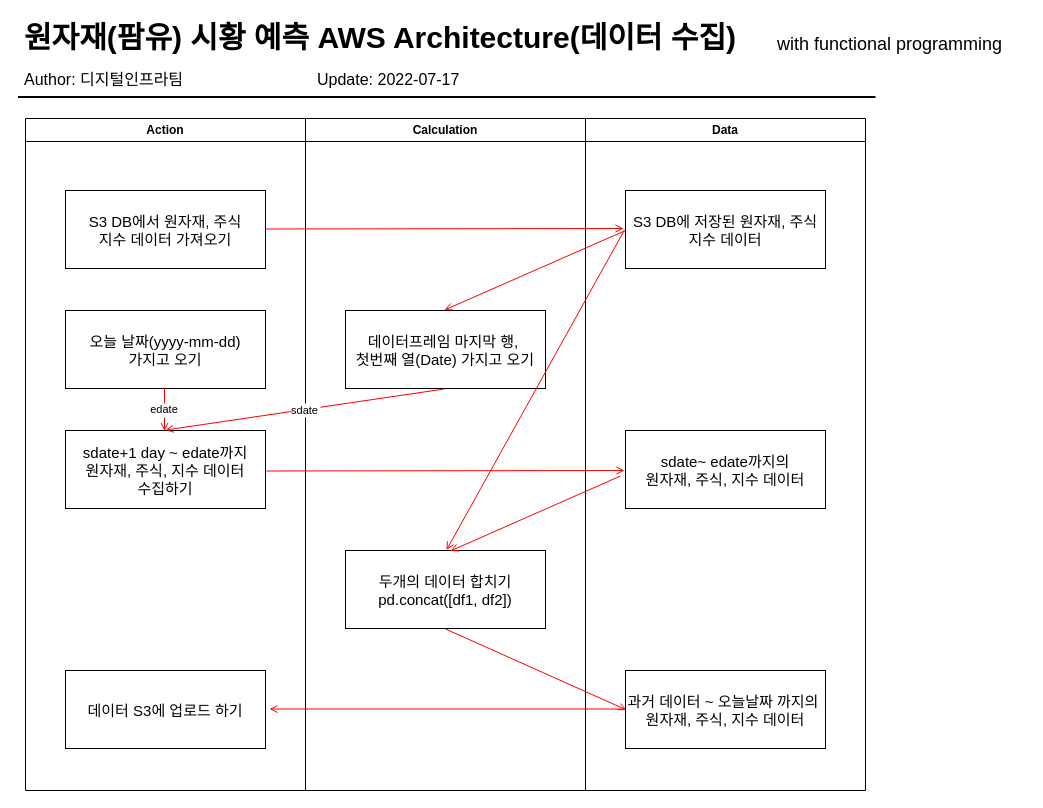
This is Data Extraction.drawio from gwangjinjeong/System-Diagram, a draw.io file, before an edit. Source tidied: cells renumbered, new cells numbered last; positions are measured from the earlier drawing's top-left corner, leaving out a move shared by most shapes. Both pictures are drawn from the tidied source at 100%, with x=0, y=0 at pixel (17, 16).
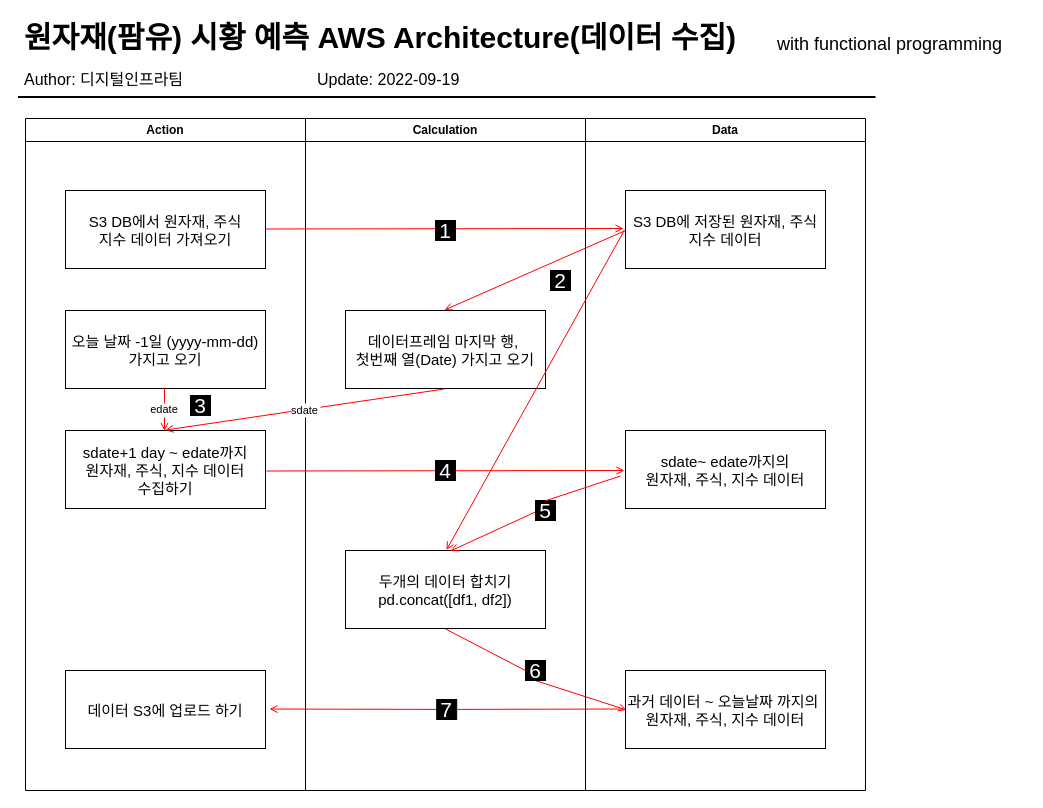
The same page after the edit.

Unchanged cells that the change refers to:
```xml
<mxCell id="2" value="Action" style="swimlane;whiteSpace=wrap;" parent="1" vertex="1">
  <mxGeometry x="8" y="102" width="280" height="672" as="geometry" />
</mxCell>
<mxCell id="8" value="데이터 S3에 업로드 하기" style="fontSize=15;" parent="2" vertex="1">
  <mxGeometry x="40" y="552" width="200" height="78" as="geometry" />
</mxCell>
<mxCell id="9" value="Calculation" style="swimlane;whiteSpace=wrap;" parent="1" vertex="1">
  <mxGeometry x="288" y="102" width="280" height="672" as="geometry" />
</mxCell>
<mxCell id="12" value="두개의 데이터 합치기&#10;pd.concat([df1, df2])" style="fontSize=15;" parent="9" vertex="1">
  <mxGeometry x="40" y="432" width="200" height="78" as="geometry" />
</mxCell>
<mxCell id="15" value="sdate~ edate까지의&#10;원자재, 주식, 지수 데이터" style="fontSize=15;" parent="13" vertex="1">
  <mxGeometry x="40" y="312" width="200" height="78" as="geometry" />
</mxCell>
<mxCell id="16" value="과거 데이터 ~ 오늘날짜 까지의 &#10;원자재, 주식, 지수 데이터" style="fontSize=15;" parent="13" vertex="1">
  <mxGeometry x="40" y="552" width="200" height="78" as="geometry" />
</mxCell>
```

Diff of the diagram source:
```diff
@@
-    <mxCell id="5" value="오늘 날짜(yyyy-mm-dd)&#10;가지고 오기" style="fontSize=15;" parent="2" vertex="1">
+    <mxCell id="5" value="오늘 날짜 -1일 (yyyy-mm-dd)&#10;가지고 오기" style="fontSize=15;" parent="2" vertex="1">
       <mxGeometry x="40" y="192" width="200" height="78" as="geometry" />
     </mxCell>
@@
+    <mxCell id="28" value="&lt;font style=&quot;font-size: 21px;&quot;&gt;3&lt;br&gt;&lt;/font&gt;" style="whiteSpace=wrap;html=1;fillColor=#000000;fontColor=#FFFFFF;" parent="2" vertex="1">
+      <mxGeometry x="165" y="277" width="20" height="20" as="geometry" />
+    </mxCell>
@@
+    <mxCell id="29" value="&lt;font style=&quot;font-size: 21px;&quot;&gt;1&lt;br&gt;&lt;/font&gt;" style="whiteSpace=wrap;html=1;fillColor=#000000;fontColor=#FFFFFF;" parent="9" vertex="1">
+      <mxGeometry x="130" y="102" width="20" height="20" as="geometry" />
+    </mxCell>
+    <mxCell id="30" value="&lt;font style=&quot;font-size: 21px;&quot;&gt;2&lt;br&gt;&lt;/font&gt;" style="whiteSpace=wrap;html=1;fillColor=#000000;fontColor=#FFFFFF;" parent="9" vertex="1">
+      <mxGeometry x="245" y="152" width="20" height="20" as="geometry" />
+    </mxCell>
+    <mxCell id="31" value="&lt;font style=&quot;font-size: 21px;&quot;&gt;4&lt;br&gt;&lt;/font&gt;" style="whiteSpace=wrap;html=1;fillColor=#000000;fontColor=#FFFFFF;" parent="9" vertex="1">
+      <mxGeometry x="130" y="342" width="20" height="20" as="geometry" />
+    </mxCell>
@@
-    <mxCell id="20" value="Update: 2022-07-17" style="text;html=1;align=left;verticalAlign=top;spacingTop=-4;fontSize=16;labelBackgroundColor=none;" parent="1" vertex="1">
+    <mxCell id="20" value="Update: 2022-09-19" style="text;html=1;align=left;verticalAlign=top;spacingTop=-4;fontSize=16;labelBackgroundColor=none;" parent="1" vertex="1">
       <mxGeometry x="298" y="50.5" width="170" height="30" as="geometry" />
     </mxCell>
@@
-    <mxCell id="24" style="endArrow=open;strokeColor=#FF0000;endFill=1;rounded=0;entryX=0.525;entryY=0.006;entryDx=0;entryDy=0;entryPerimeter=0;exitX=-0.025;exitY=0.583;exitDx=0;exitDy=0;exitPerimeter=0;" parent="1" edge="1" source="15" target="12">
+    <mxCell id="24" style="endArrow=open;strokeColor=#FF0000;endFill=1;rounded=0;entryX=0.525;entryY=0.006;entryDx=0;entryDy=0;entryPerimeter=0;exitX=-0.025;exitY=0.583;exitDx=0;exitDy=0;exitPerimeter=0;startArrow=none;" parent="1" edge="1" source="32" target="12">
       <mxGeometry relative="1" as="geometry" />
     </mxCell>
-    <mxCell id="25" style="endArrow=open;strokeColor=#FF0000;endFill=1;rounded=0;entryX=1.02;entryY=0.494;entryDx=0;entryDy=0;entryPerimeter=0;exitX=-0.01;exitY=0.494;exitDx=0;exitDy=0;exitPerimeter=0;" parent="1" edge="1" source="16" target="8">
+    <mxCell id="25" style="endArrow=open;strokeColor=#FF0000;endFill=1;rounded=0;entryX=1.02;entryY=0.494;entryDx=0;entryDy=0;entryPerimeter=0;exitX=-0.01;exitY=0.494;exitDx=0;exitDy=0;exitPerimeter=0;startArrow=none;" parent="1" edge="1" source="36" target="8">
       <mxGeometry relative="1" as="geometry" />
     </mxCell>
-    <mxCell id="26" style="endArrow=open;strokeColor=#FF0000;endFill=1;rounded=0;entryX=0.005;entryY=0.506;entryDx=0;entryDy=0;entryPerimeter=0;exitX=0.5;exitY=1.006;exitDx=0;exitDy=0;exitPerimeter=0;" parent="1" edge="1" source="12" target="16">
+    <mxCell id="26" style="endArrow=open;strokeColor=#FF0000;endFill=1;rounded=0;entryX=0.005;entryY=0.506;entryDx=0;entryDy=0;entryPerimeter=0;exitX=0.5;exitY=1.006;exitDx=0;exitDy=0;exitPerimeter=0;startArrow=none;" parent="1" edge="1" source="34" target="16">
       <mxGeometry relative="1" as="geometry" />
     </mxCell>
@@
+    <mxCell id="32" value="&lt;font style=&quot;font-size: 21px;&quot;&gt;5&lt;br&gt;&lt;/font&gt;" style="whiteSpace=wrap;html=1;fillColor=#000000;fontColor=#FFFFFF;" parent="1" vertex="1">
+      <mxGeometry x="518" y="484" width="20" height="20" as="geometry" />
+    </mxCell>
+    <mxCell id="33" style="endArrow=none;strokeColor=#FF0000;endFill=1;rounded=0;entryX=0.525;entryY=0.006;entryDx=0;entryDy=0;entryPerimeter=0;exitX=-0.025;exitY=0.583;exitDx=0;exitDy=0;exitPerimeter=0;" parent="1" edge="1" source="15" target="32">
+      <mxGeometry relative="1" as="geometry" />
+    </mxCell>
+    <mxCell id="34" value="&lt;font style=&quot;font-size: 21px;&quot;&gt;6&lt;br&gt;&lt;/font&gt;" style="whiteSpace=wrap;html=1;fillColor=#000000;fontColor=#FFFFFF;" parent="1" vertex="1">
+      <mxGeometry x="508" y="644" width="20" height="20" as="geometry" />
+    </mxCell>
+    <mxCell id="35" style="endArrow=none;strokeColor=#FF0000;endFill=1;rounded=0;entryX=0.005;entryY=0.506;entryDx=0;entryDy=0;entryPerimeter=0;exitX=0.5;exitY=1.006;exitDx=0;exitDy=0;exitPerimeter=0;" parent="1" edge="1" source="12" target="34">
+      <mxGeometry relative="1" as="geometry" />
+    </mxCell>
+    <mxCell id="36" value="&lt;font style=&quot;font-size: 21px;&quot;&gt;7&lt;br&gt;&lt;/font&gt;" style="whiteSpace=wrap;html=1;fillColor=#000000;fontColor=#FFFFFF;" parent="1" vertex="1">
+      <mxGeometry x="419.2" y="683" width="20" height="20" as="geometry" />
+    </mxCell>
+    <mxCell id="37" style="endArrow=none;strokeColor=#FF0000;endFill=1;rounded=0;entryX=1.02;entryY=0.494;entryDx=0;entryDy=0;entryPerimeter=0;exitX=-0.01;exitY=0.494;exitDx=0;exitDy=0;exitPerimeter=0;" parent="1" edge="1" source="16" target="36">
+      <mxGeometry relative="1" as="geometry" />
+    </mxCell>
```
